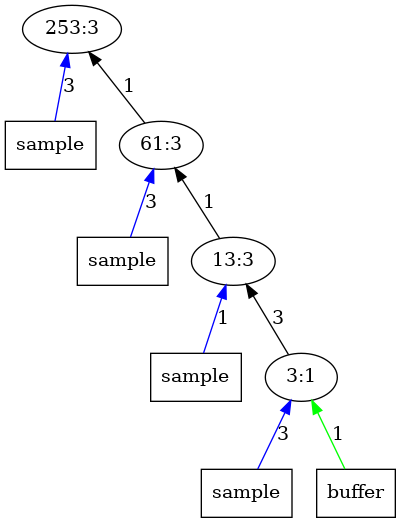
Earlier version of the Graphviz export outputImages/op3.png.png (AbhikKhan/MTP_IITG). Its source is kept beside it as outputTrees/op3.dot. Its diagram source:
```dot
digraph Tree{
	rankdir="BT"
	x11 -> 1 [label = "3", color = "blue"];
	x11 [label = "sample", shape = "box"];
	1 [label = "253:3"];
	2 -> 1 [label = "1", color = "black"];
	x21 -> 2 [label = "3", color = "blue"];
	x21 [label = "sample", shape = "box"];
	2 [label = "61:3"];
	3 -> 2 [label = "1", color = "black"];
	x31 -> 3 [label = "1", color = "blue"];
	x31 [label = "sample", shape = "box"];
	3 [label = "13:3"];
	4 -> 3 [label = "3", color = "black"];
	x41 -> 4 [label = "3", color = "blue"];
	x41 [label = "sample", shape = "box"];
	x42 -> 4 [label = "1", color = "green"];
	x42 [label = "buffer", shape = "box"];
	4 [label = "3:1"];
}
```
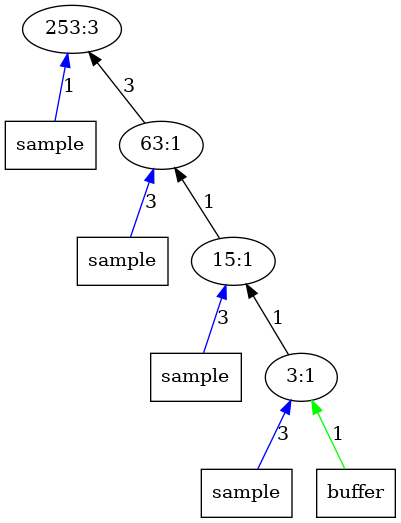
The same file after the commit.

What changed in the source:
```diff
@@ -1,17 +1,17 @@
 digraph Tree{
 	rankdir="BT"
-	x11 -> 1 [label = "3", color = "blue"];
+	x11 -> 1 [label = "1", color = "blue"];
 	x11 [label = "sample", shape = "box"];
 	1 [label = "253:3"];
-	2 -> 1 [label = "1", color = "black"];
+	2 -> 1 [label = "3", color = "black"];
 	x21 -> 2 [label = "3", color = "blue"];
 	x21 [label = "sample", shape = "box"];
-	2 [label = "61:3"];
+	2 [label = "63:1"];
 	3 -> 2 [label = "1", color = "black"];
-	x31 -> 3 [label = "1", color = "blue"];
+	x31 -> 3 [label = "3", color = "blue"];
 	x31 [label = "sample", shape = "box"];
-	3 [label = "13:3"];
-	4 -> 3 [label = "3", color = "black"];
+	3 [label = "15:1"];
+	4 -> 3 [label = "1", color = "black"];
 	x41 -> 4 [label = "3", color = "blue"];
 	x41 [label = "sample", shape = "box"];
 	x42 -> 4 [label = "1", color = "green"];
```
